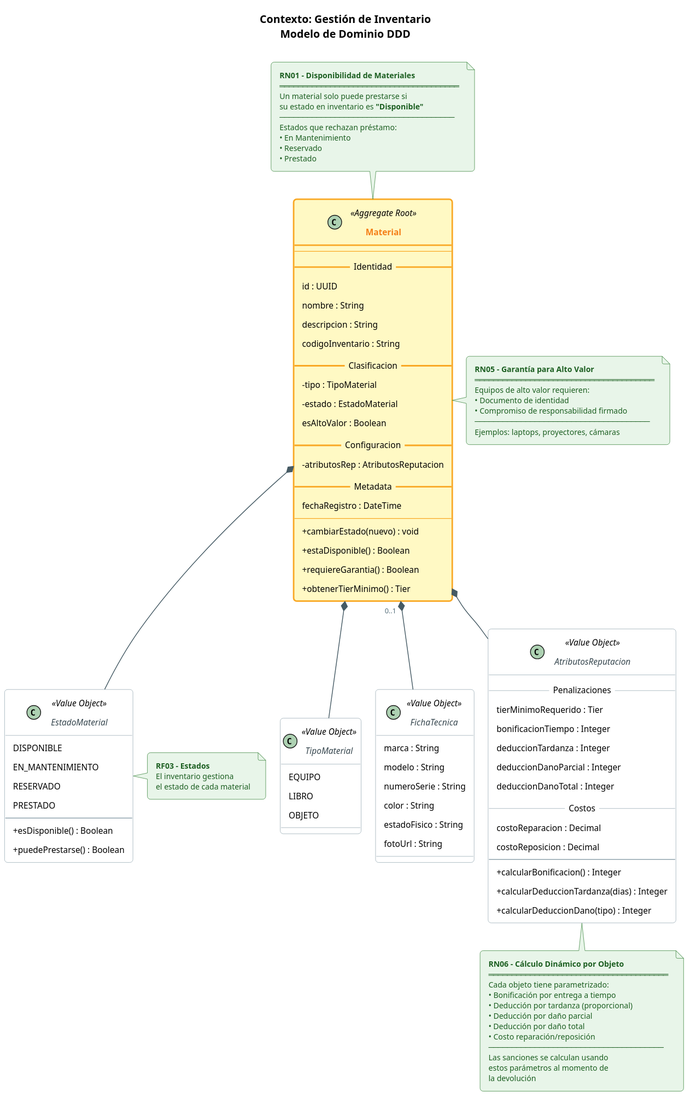
Before: docs/diagrams/ddd_detailed/03-inventario.svg, a diagram exported from PlantUML (Shiar-owo/PrestiCad). Its diagram source:
```plantuml
@startuml
title Contexto: Gestión de Inventario\n<b>Modelo de Dominio DDD</b>

skinparam {
  shadowing false
  defaultFontSize 11
  defaultFontName "Segoe UI"
  classAttributeIconSize 0
  linetype ortho
  roundcorner 8
  padding 5
}

skinparam class<<Aggregate Root>> {
  BackgroundColor #FFF9C4
  BorderColor #F9A825
  FontColor #F57F17
  FontStyle bold
  BorderThickness 2
}

skinparam class<<Value Object>> {
  BackgroundColor #FFFFFF
  BorderColor #90A4AE
  FontColor #37474F
  FontStyle italic
}

skinparam note {
  BackgroundColor #E8F5E9
  BorderColor #2E7D32
  FontColor #1B5E20
  FontSize 10
}

skinparam arrow {
  Color #455A64
  FontSize 9
  FontColor #546E7A
}


class Material <<Aggregate Root>> {
  --
  __ Identidad __
  id : UUID
  nombre : String
  descripcion : String
  codigoInventario : String
  __ Clasificacion __
  -tipo : TipoMaterial
  -estado : EstadoMaterial
  esAltoValor : Boolean
  __ Configuracion __
  -atributosRep : AtributosReputacion
  __ Metadata __
  fechaRegistro : DateTime
  --
  +cambiarEstado(nuevo) : void
  +estaDisponible() : Boolean
  +requiereGarantia() : Boolean
  +obtenerTierMinimo() : Tier
}

class EstadoMaterial <<Value Object>> {
  DISPONIBLE
  EN_MANTENIMIENTO
  RESERVADO
  PRESTADO
  --
  +esDisponible() : Boolean
  +puedePrestarse() : Boolean
}

class TipoMaterial <<Value Object>> {
  EQUIPO
  LIBRO
  OBJETO
}

class FichaTecnica <<Value Object>> {
  marca : String
  modelo : String
  numeroSerie : String
  color : String
  estadoFisico : String
  fotoUrl : String
}

class AtributosReputacion <<Value Object>> {
  __ Penalizaciones __
  tierMinimoRequerido : Tier
  bonificacionTiempo : Integer
  deduccionTardanza : Integer
  deduccionDanoParcial : Integer
  deduccionDanoTotal : Integer
  __ Costos __
  costoReparacion : Decimal
  costoReposicion : Decimal
  --
  +calcularBonificacion() : Integer
  +calcularDeduccionTardanza(dias) : Integer
  +calcularDeduccionDano(tipo) : Integer
}


Material *-- EstadoMaterial
Material *-- TipoMaterial
Material "0..1" *-- FichaTecnica
Material *-- AtributosReputacion


note top of Material
  <b>RN01 - Disponibilidad de Materiales</b>
  ═══════════════════════════════════════
  Un material solo puede prestarse si
  su estado en inventario es <b>"Disponible"</b>
  ──────────────────────────────────────
  Estados que rechazan préstamo:
  • En Mantenimiento
  • Reservado
  • Prestado
end note

note bottom of AtributosReputacion
  <b>RN06 - Cálculo Dinámico por Objeto</b>
  ═══════════════════════════════════════
  Cada objeto tiene parametrizado:
  • Bonificación por entrega a tiempo
  • Deducción por tardanza (proporcional)
  • Deducción por daño parcial
  • Deducción por daño total
  • Costo reparación/reposición
  ──────────────────────────────────────
  Las sanciones se calculan usando
  estos parámetros al momento de
  la devolución
end note

note right of Material
  <b>RN05 - Garantía para Alto Valor</b>
  ═══════════════════════════════════════
  Equipos de alto valor requieren:
  • Documento de identidad
  • Compromiso de responsabilidad firmado
  ──────────────────────────────────────
  Ejemplos: laptops, proyectores, cámaras
end note

note right of EstadoMaterial
  <b>RF03 - Estados</b>
  El inventario gestiona
  el estado de cada material
end note
@enduml
```
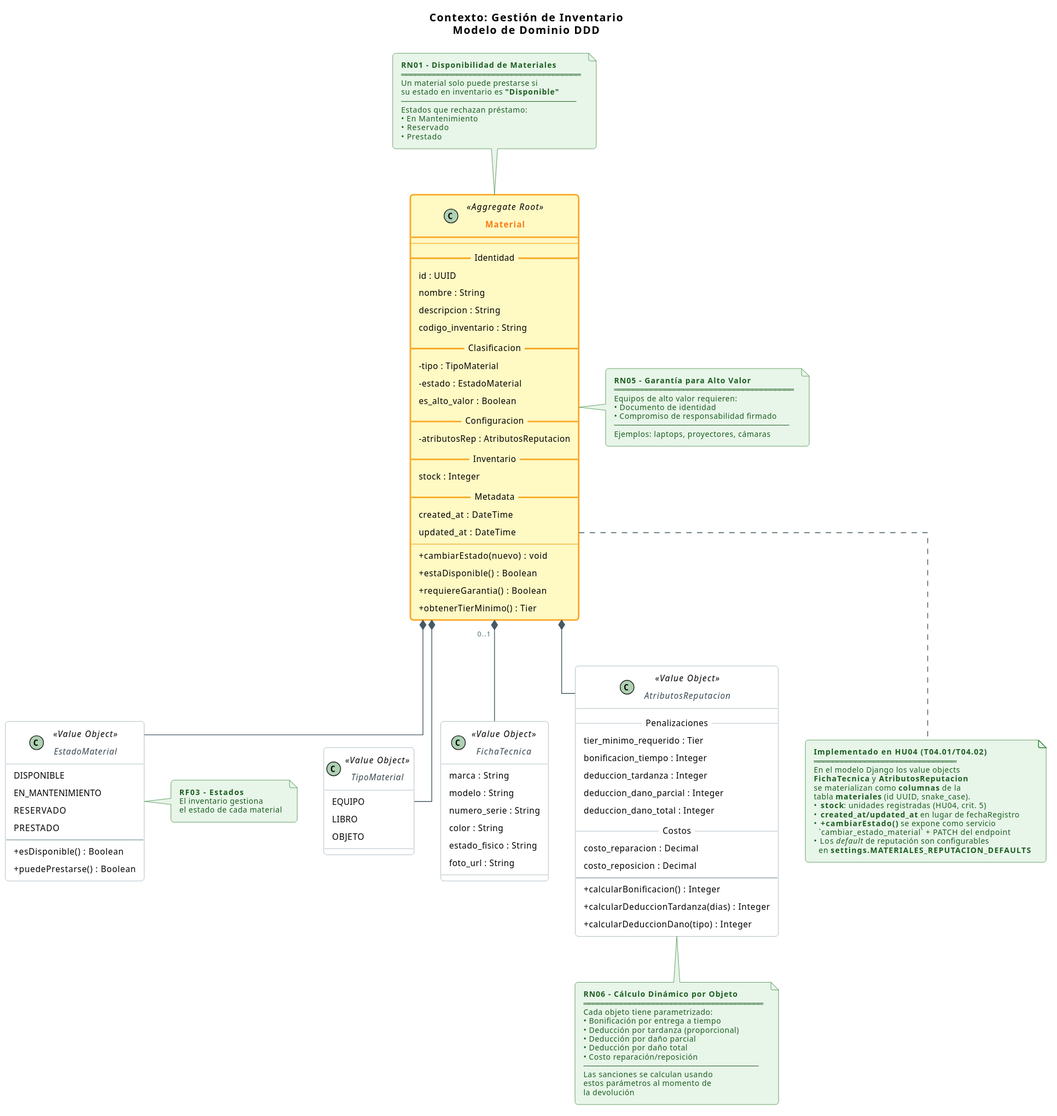
The same diagram one commit later.

Commit message:
docs: actualizar modelo de dominio Material para HU04

Change to the diagram source:
```diff
@@ -46,15 +46,18 @@
   id : UUID
   nombre : String
   descripcion : String
-  codigoInventario : String
+  codigo_inventario : String
   __ Clasificacion __
   -tipo : TipoMaterial
   -estado : EstadoMaterial
-  esAltoValor : Boolean
+  es_alto_valor : Boolean
   __ Configuracion __
   -atributosRep : AtributosReputacion
+  __ Inventario __
+  stock : Integer
   __ Metadata __
-  fechaRegistro : DateTime
+  created_at : DateTime
+  updated_at : DateTime
   --
   +cambiarEstado(nuevo) : void
   +estaDisponible() : Boolean
@@ -81,22 +84,22 @@
 class FichaTecnica <<Value Object>> {
   marca : String
   modelo : String
-  numeroSerie : String
+  numero_serie : String
   color : String
-  estadoFisico : String
-  fotoUrl : String
+  estado_fisico : String
+  foto_url : String
 }
 
 class AtributosReputacion <<Value Object>> {
   __ Penalizaciones __
-  tierMinimoRequerido : Tier
-  bonificacionTiempo : Integer
-  deduccionTardanza : Integer
-  deduccionDanoParcial : Integer
-  deduccionDanoTotal : Integer
+  tier_minimo_requerido : Tier
+  bonificacion_tiempo : Integer
+  deduccion_tardanza : Integer
+  deduccion_dano_parcial : Integer
+  deduccion_dano_total : Integer
   __ Costos __
-  costoReparacion : Decimal
-  costoReposicion : Decimal
+  costo_reparacion : Decimal
+  costo_reposicion : Decimal
   --
   +calcularBonificacion() : Integer
   +calcularDeduccionTardanza(dias) : Integer
@@ -152,4 +155,19 @@
   El inventario gestiona
   el estado de cada material
 end note
+
+note bottom of Material
+  <b>Implementado en HU04 (T04.01/T04.02)</b>
+  ═══════════════════════════════
+  En el modelo Django los value objects
+  <b>FichaTecnica</b> y <b>AtributosReputacion</b>
+  se materializan como <b>columnas</b> de la
+  tabla <b>materiales</b> (id UUID, snake_case).
+  • <b>stock</b>: unidades registradas (HU04, crit. 5)
+  • <b>created_at/updated_at</b> en lugar de fechaRegistro
+  • <b>+cambiarEstado()</b> se expone como servicio
+    `cambiar_estado_material` + PATCH del endpoint
+  • Los <i>default</i> de reputación son configurables
+    en <b>settings.MATERIALES_REPUTACION_DEFAULTS</b>
+end note
 @enduml
```
